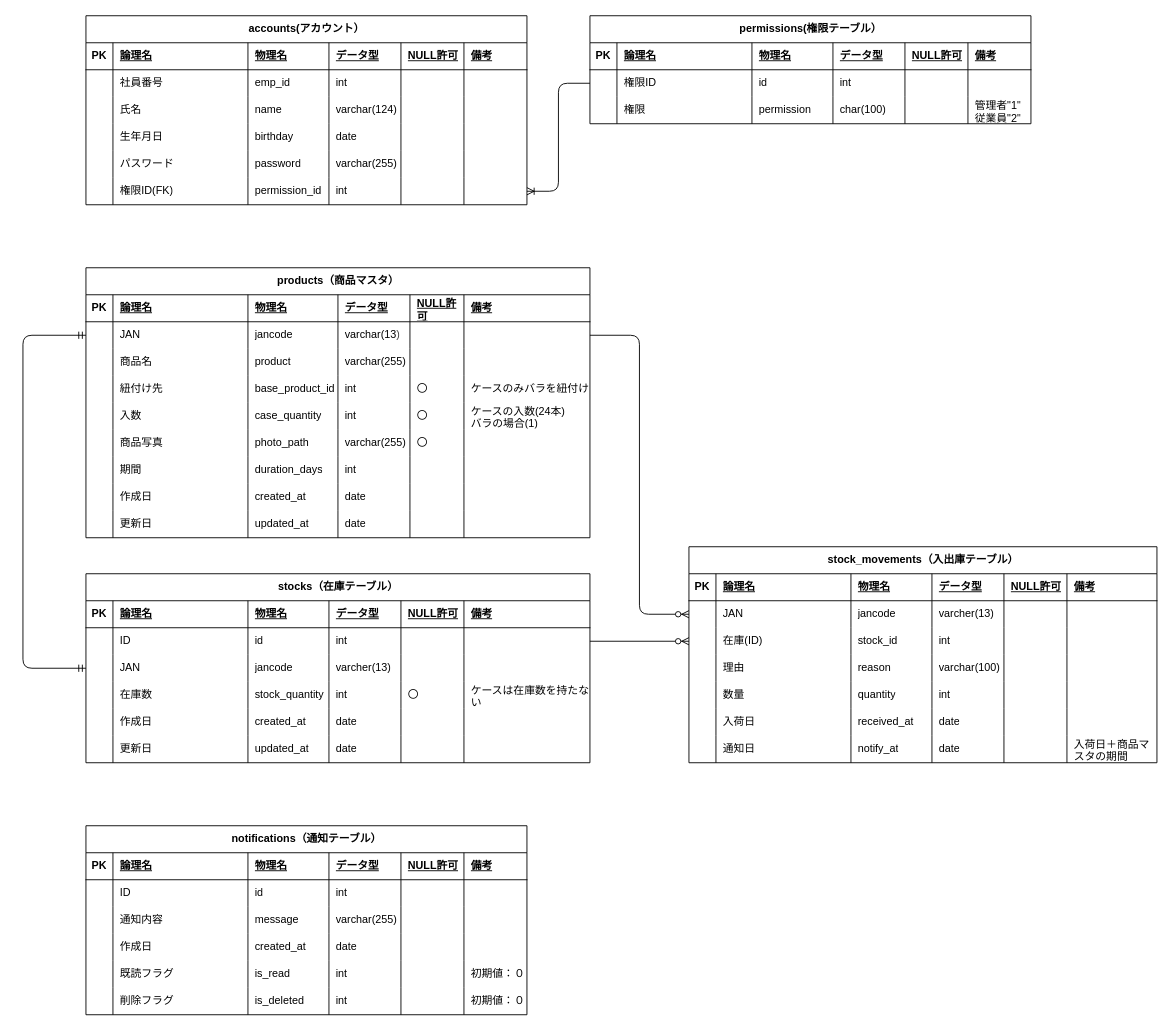
The draw.io diagram docs/DB.drawio in plusdojo2026/c4, before the edit. Source tidied: cells renumbered, new cells numbered last; positions are measured from the earlier drawing's top-left corner, leaving out a move shared by most shapes. Both pictures are drawn from the tidied source at 90%, with x=0, y=0 at pixel (22, 15).
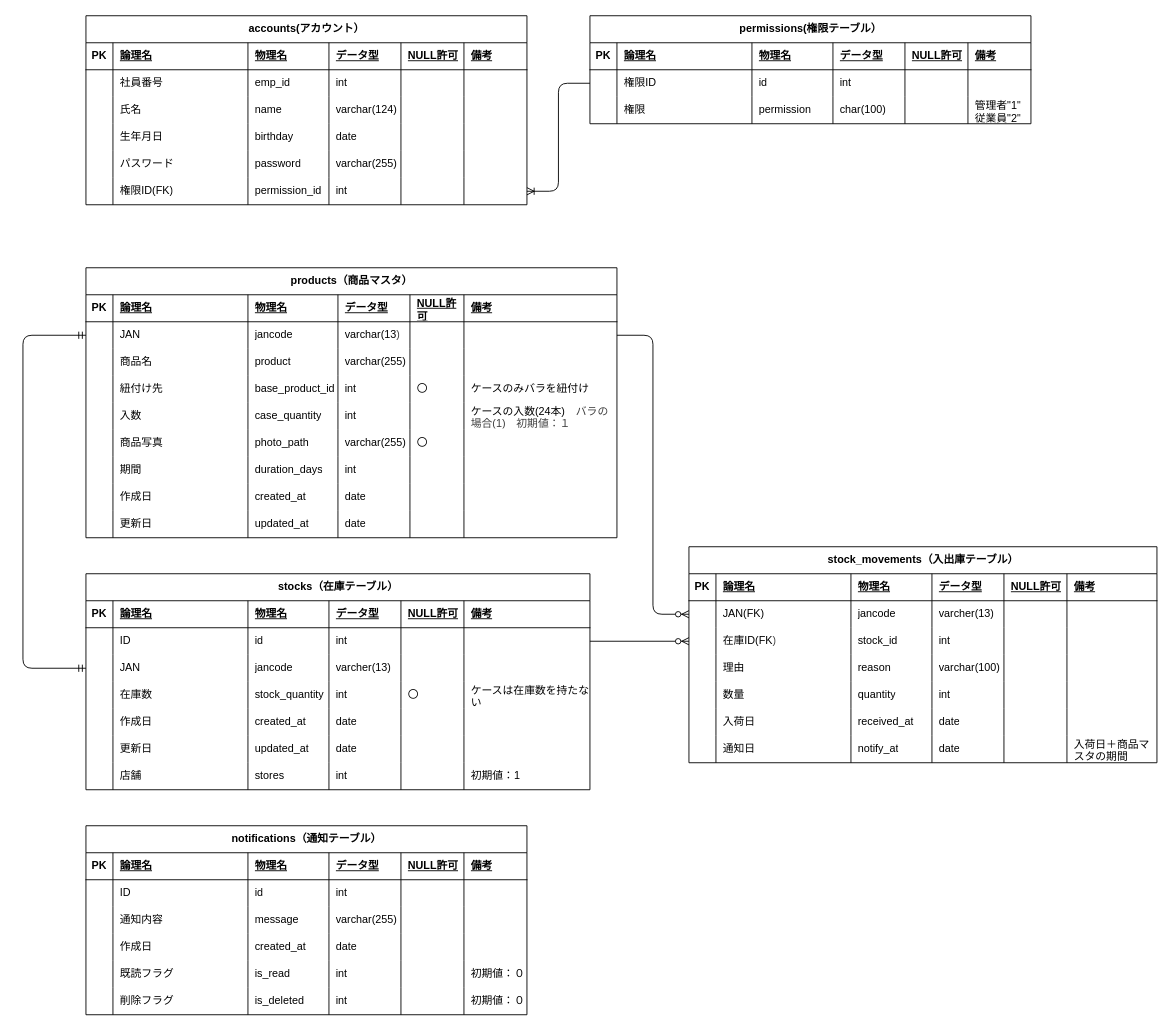
The same page after the edit.

Unchanged cells that the change refers to:
```xml
<mxCell id="160" style="shape=tableRow;horizontal=0;startSize=0;swimlaneHead=0;swimlaneBody=0;fillColor=none;points=[[0,0.5],[1,0.5]];portConstraint=eastwest;top=0;left=0;right=0;bottom=0;" parent="152" vertex="1">
  <mxGeometry y="60" width="520" height="30" as="geometry" />
</mxCell>
<mxCell id="167" style="shape=tableRow;horizontal=0;startSize=0;swimlaneHead=0;swimlaneBody=0;fillColor=none;points=[[0,0.5],[1,0.5]];portConstraint=eastwest;top=0;left=0;right=0;bottom=0;" parent="152" vertex="1">
  <mxGeometry y="90" width="520" height="30" as="geometry" />
</mxCell>
```

The edit, as a diff of the source:
```diff
@@
     <mxCell id="45" value="stocks（在庫テーブル）" style="shape=table;startSize=30;childLayout=tableLayout;rowLines=0;fontStyle=1;align=center;html=1;" parent="1" vertex="1">
-      <mxGeometry x="70" y="620" width="560" height="210" as="geometry" />
+      <mxGeometry x="70" y="620" width="560" height="240" as="geometry" />
     </mxCell>
@@
+    <mxCell id="271" style="shape=tableRow;horizontal=0;startSize=0;swimlaneHead=0;swimlaneBody=0;fillColor=none;top=0;left=0;right=0;bottom=0;" parent="45" vertex="1">
+      <mxGeometry y="210" width="560" height="30" as="geometry" />
+    </mxCell>
+    <mxCell id="272" style="shape=partialRectangle;fillColor=none;top=0;left=0;bottom=0;right=0;overflow=hidden;whiteSpace=wrap;html=1;" parent="271" vertex="1">
+      <mxGeometry width="30" height="30" as="geometry" />
+    </mxCell>
+    <mxCell id="273" value="店舗" style="shape=partialRectangle;fillColor=none;top=0;left=0;bottom=0;right=0;align=left;spacingLeft=6;overflow=hidden;whiteSpace=wrap;html=1;" parent="271" vertex="1">
+      <mxGeometry x="30" width="150" height="30" as="geometry" />
+    </mxCell>
+    <mxCell id="274" value="stores" style="shape=partialRectangle;fillColor=none;top=0;left=0;bottom=0;right=0;align=left;spacingLeft=6;overflow=hidden;whiteSpace=wrap;html=1;" parent="271" vertex="1">
+      <mxGeometry x="180" width="90" height="30" as="geometry" />
+    </mxCell>
+    <mxCell id="275" value="int" style="shape=partialRectangle;fillColor=none;top=0;left=0;bottom=0;right=0;align=left;spacingLeft=6;overflow=hidden;whiteSpace=wrap;html=1;" parent="271" vertex="1">
+      <mxGeometry x="270" width="80" height="30" as="geometry" />
+    </mxCell>
+    <mxCell id="276" style="shape=partialRectangle;fillColor=none;top=0;left=0;bottom=0;right=0;align=left;spacingLeft=6;overflow=hidden;whiteSpace=wrap;html=1;" parent="271" vertex="1">
+      <mxGeometry x="350" width="70" height="30" as="geometry" />
+    </mxCell>
+    <mxCell id="277" value="初期値：1" style="shape=partialRectangle;fillColor=none;top=0;left=0;bottom=0;right=0;align=left;spacingLeft=6;overflow=hidden;whiteSpace=wrap;html=1;" parent="271" vertex="1">
+      <mxGeometry x="420" width="140" height="30" as="geometry" />
+    </mxCell>
     <mxCell id="88" value="products（商品マスタ）" style="shape=table;startSize=30;childLayout=tableLayout;rowLines=0;fontStyle=1;align=center;html=1;" parent="1" vertex="1">
-      <mxGeometry x="70" y="280" width="560" height="300" as="geometry" />
+      <mxGeometry x="70" y="280" width="590" height="300" as="geometry" />
     </mxCell>
     <mxCell id="89" style="shape=tableRow;horizontal=0;startSize=0;swimlaneHead=0;swimlaneBody=0;fillColor=none;top=0;left=0;right=0;bottom=1;" parent="88" vertex="1">
-      <mxGeometry y="30" width="560" height="30" as="geometry" />
+      <mxGeometry y="30" width="590" height="30" as="geometry" />
     </mxCell>
@@
     <mxCell id="95" value="備考" style="shape=partialRectangle;fillColor=none;top=0;left=0;bottom=0;right=0;align=left;spacingLeft=6;fontStyle=5;overflow=hidden;whiteSpace=wrap;html=1;" parent="89" vertex="1">
-      <mxGeometry x="420" width="140" height="30" as="geometry" />
+      <mxGeometry x="420" width="170" height="30" as="geometry" />
     </mxCell>
     <mxCell id="96" style="shape=tableRow;horizontal=0;startSize=0;swimlaneHead=0;swimlaneBody=0;fillColor=none;points=[[0,0.5],[1,0.5]];portConstraint=eastwest;top=0;left=0;right=0;bottom=0;" parent="88" vertex="1">
-      <mxGeometry y="60" width="560" height="30" as="geometry" />
+      <mxGeometry y="60" width="590" height="30" as="geometry" />
     </mxCell>
@@
     <mxCell id="102" style="shape=partialRectangle;fillColor=none;top=0;left=0;bottom=0;right=0;align=left;spacingLeft=6;overflow=hidden;whiteSpace=wrap;html=1;" parent="96" vertex="1">
-      <mxGeometry x="420" width="140" height="30" as="geometry" />
+      <mxGeometry x="420" width="170" height="30" as="geometry" />
     </mxCell>
     <mxCell id="103" style="shape=tableRow;horizontal=0;startSize=0;swimlaneHead=0;swimlaneBody=0;fillColor=none;top=0;left=0;right=0;bottom=0;" parent="88" vertex="1">
-      <mxGeometry y="90" width="560" height="30" as="geometry" />
+      <mxGeometry y="90" width="590" height="30" as="geometry" />
     </mxCell>
@@
     <mxCell id="109" style="shape=partialRectangle;fillColor=none;top=0;left=0;bottom=0;right=0;align=left;spacingLeft=6;overflow=hidden;whiteSpace=wrap;html=1;" parent="103" vertex="1">
-      <mxGeometry x="420" width="140" height="30" as="geometry" />
+      <mxGeometry x="420" width="170" height="30" as="geometry" />
     </mxCell>
     <mxCell id="110" style="shape=tableRow;horizontal=0;startSize=0;swimlaneHead=0;swimlaneBody=0;fillColor=none;top=0;left=0;right=0;bottom=0;" parent="88" vertex="1">
-      <mxGeometry y="120" width="560" height="30" as="geometry" />
+      <mxGeometry y="120" width="590" height="30" as="geometry" />
     </mxCell>
@@
     <mxCell id="116" value="ケースのみバラを紐付け" style="shape=partialRectangle;fillColor=none;top=0;left=0;bottom=0;right=0;align=left;spacingLeft=6;overflow=hidden;whiteSpace=wrap;html=1;" parent="110" vertex="1">
-      <mxGeometry x="420" width="140" height="30" as="geometry" />
+      <mxGeometry x="420" width="170" height="30" as="geometry" />
     </mxCell>
     <mxCell id="117" style="shape=tableRow;horizontal=0;startSize=0;swimlaneHead=0;swimlaneBody=0;fillColor=none;top=0;left=0;right=0;bottom=0;" parent="88" vertex="1">
-      <mxGeometry y="150" width="560" height="30" as="geometry" />
+      <mxGeometry y="150" width="590" height="30" as="geometry" />
     </mxCell>
@@
-    <mxCell id="122" value="&lt;span style=&quot;color: rgb(0, 0, 0);&quot;&gt;〇&lt;/span&gt;" style="shape=partialRectangle;fillColor=none;top=0;left=0;bottom=0;right=0;align=left;spacingLeft=6;overflow=hidden;whiteSpace=wrap;html=1;" parent="117" vertex="1">
+    <mxCell id="122" style="shape=partialRectangle;fillColor=none;top=0;left=0;bottom=0;right=0;align=left;spacingLeft=6;overflow=hidden;whiteSpace=wrap;html=1;" parent="117" vertex="1">
       <mxGeometry x="360" width="60" height="30" as="geometry" />
     </mxCell>
-    <mxCell id="123" value="ケースの入数(24本)&lt;div&gt;バラの場合(1)&lt;/div&gt;" style="shape=partialRectangle;fillColor=none;top=0;left=0;bottom=0;right=0;align=left;spacingLeft=6;overflow=hidden;whiteSpace=wrap;html=1;" parent="117" vertex="1">
-      <mxGeometry x="420" width="140" height="30" as="geometry" />
+    <mxCell id="123" value="ケースの入数(24本)　&lt;span style=&quot;color: rgb(63, 63, 63); background-color: transparent;&quot;&gt;バラの場合(1)　&lt;/span&gt;&lt;span style=&quot;color: rgb(63, 63, 63); background-color: transparent;&quot;&gt;初期値：１&lt;/span&gt;" style="shape=partialRectangle;fillColor=none;top=0;left=0;bottom=0;right=0;align=left;spacingLeft=6;overflow=hidden;whiteSpace=wrap;html=1;" parent="117" vertex="1">
+      <mxGeometry x="420" width="170" height="30" as="geometry" />
     </mxCell>
     <mxCell id="124" style="shape=tableRow;horizontal=0;startSize=0;swimlaneHead=0;swimlaneBody=0;fillColor=none;top=0;left=0;right=0;bottom=0;" parent="88" vertex="1">
-      <mxGeometry y="180" width="560" height="30" as="geometry" />
+      <mxGeometry y="180" width="590" height="30" as="geometry" />
     </mxCell>
@@
     <mxCell id="130" style="shape=partialRectangle;fillColor=none;top=0;left=0;bottom=0;right=0;align=left;spacingLeft=6;overflow=hidden;whiteSpace=wrap;html=1;" parent="124" vertex="1">
-      <mxGeometry x="420" width="140" height="30" as="geometry" />
+      <mxGeometry x="420" width="170" height="30" as="geometry" />
     </mxCell>
     <mxCell id="131" style="shape=tableRow;horizontal=0;startSize=0;swimlaneHead=0;swimlaneBody=0;fillColor=none;top=0;left=0;right=0;bottom=0;" parent="88" vertex="1">
-      <mxGeometry y="210" width="560" height="30" as="geometry" />
+      <mxGeometry y="210" width="590" height="30" as="geometry" />
     </mxCell>
@@
     <mxCell id="137" style="shape=partialRectangle;fillColor=none;top=0;left=0;bottom=0;right=0;align=left;spacingLeft=6;overflow=hidden;whiteSpace=wrap;html=1;" parent="131" vertex="1">
-      <mxGeometry x="420" width="140" height="30" as="geometry" />
+      <mxGeometry x="420" width="170" height="30" as="geometry" />
     </mxCell>
     <mxCell id="138" style="shape=tableRow;horizontal=0;startSize=0;swimlaneHead=0;swimlaneBody=0;fillColor=none;top=0;left=0;right=0;bottom=0;" parent="88" vertex="1">
-      <mxGeometry y="240" width="560" height="30" as="geometry" />
+      <mxGeometry y="240" width="590" height="30" as="geometry" />
     </mxCell>
@@
     <mxCell id="144" style="shape=partialRectangle;fillColor=none;top=0;left=0;bottom=0;right=0;align=left;spacingLeft=6;overflow=hidden;whiteSpace=wrap;html=1;" parent="138" vertex="1">
-      <mxGeometry x="420" width="140" height="30" as="geometry" />
+      <mxGeometry x="420" width="170" height="30" as="geometry" />
     </mxCell>
     <mxCell id="145" style="shape=tableRow;horizontal=0;startSize=0;swimlaneHead=0;swimlaneBody=0;fillColor=none;top=0;left=0;right=0;bottom=0;" parent="88" vertex="1">
-      <mxGeometry y="270" width="560" height="30" as="geometry" />
+      <mxGeometry y="270" width="590" height="30" as="geometry" />
     </mxCell>
@@
     <mxCell id="151" style="shape=partialRectangle;fillColor=none;top=0;left=0;bottom=0;right=0;align=left;spacingLeft=6;overflow=hidden;whiteSpace=wrap;html=1;" parent="145" vertex="1">
-      <mxGeometry x="420" width="140" height="30" as="geometry" />
+      <mxGeometry x="420" width="170" height="30" as="geometry" />
     </mxCell>
@@
-    <mxCell id="162" value="JAN" style="shape=partialRectangle;fillColor=none;top=0;left=0;bottom=0;right=0;align=left;spacingLeft=6;overflow=hidden;whiteSpace=wrap;html=1;" parent="160" vertex="1">
+    <mxCell id="162" value="JAN(FK)" style="shape=partialRectangle;fillColor=none;top=0;left=0;bottom=0;right=0;align=left;spacingLeft=6;overflow=hidden;whiteSpace=wrap;html=1;" parent="160" vertex="1">
       <mxGeometry x="30" width="150" height="30" as="geometry" />
     </mxCell>
@@
-    <mxCell id="169" value="在庫(ID)" style="shape=partialRectangle;fillColor=none;top=0;left=0;bottom=0;right=0;align=left;spacingLeft=6;overflow=hidden;whiteSpace=wrap;html=1;" parent="167" vertex="1">
+    <mxCell id="169" value="在庫ID(FK&lt;span style=&quot;color: rgb(63, 63, 63); background-color: transparent;&quot;&gt;)&lt;/span&gt;" style="shape=partialRectangle;fillColor=none;top=0;left=0;bottom=0;right=0;align=left;spacingLeft=6;overflow=hidden;whiteSpace=wrap;html=1;" parent="167" vertex="1">
       <mxGeometry x="30" width="150" height="30" as="geometry" />
     </mxCell>
```
